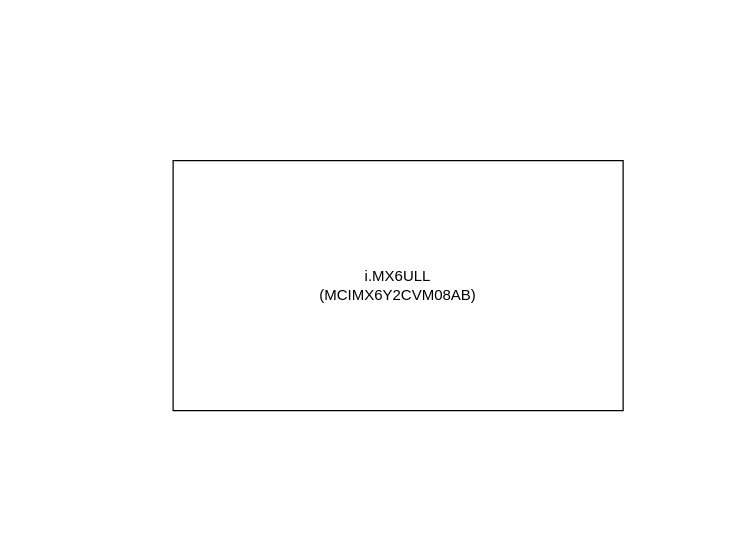
Earlier version of the draw.io diagram IMX6ULL.drawio (anhvanthe/01_my_drawio). Source tidied: cells renumbered, new cells numbered last; positions are measured from the earlier drawing's top-left corner, leaving out a move shared by most shapes. Both pictures are drawn from the tidied source at 125%, with x=0, y=0 at pixel (172, 160).
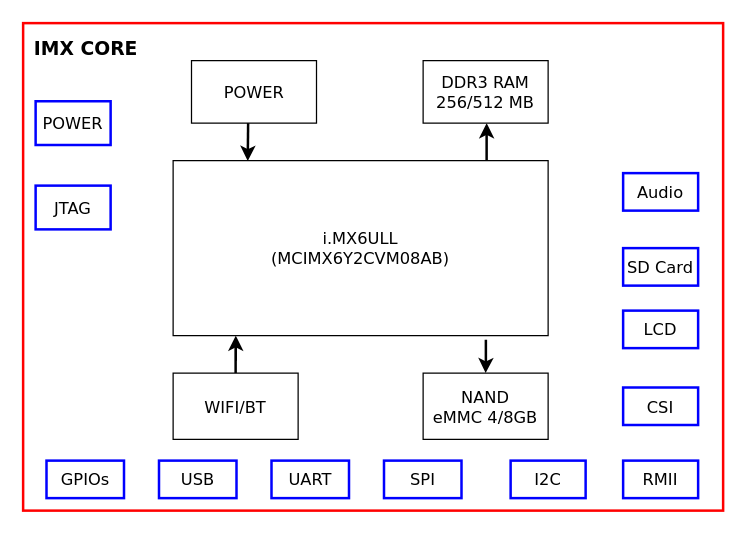
Above is the later version.

Diff of the diagram source:
```diff
@@
+    <mxCell id="3" style="rounded=0;whiteSpace=wrap;html=1;gradientColor=none;fillColor=none;strokeWidth=2;strokeColor=#FF0000;fontFamily=Verdana;fontSize=13;" parent="1" vertex="1">
+      <mxGeometry x="-120" y="-110" width="560" height="390" as="geometry" />
+    </mxCell>
-    <mxCell id="2" value="i.MX6ULL&lt;br&gt;(MCIMX6Y2CVM08AB)" style="rounded=0;whiteSpace=wrap;html=1;" parent="1" vertex="1">
-      <mxGeometry width="360" height="200" as="geometry" />
+    <mxCell id="2" value="i.MX6ULL&lt;br style=&quot;font-size: 13px;&quot;&gt;(MCIMX6Y2CVM08AB)" style="rounded=0;whiteSpace=wrap;html=1;fontFamily=Verdana;fontSize=13;" parent="1" vertex="1">
+      <mxGeometry width="300" height="140" as="geometry" />
     </mxCell>
+    <mxCell id="4" value="POWER" style="rounded=0;whiteSpace=wrap;html=1;fontFamily=Verdana;fontSize=13;" parent="1" vertex="1">
+      <mxGeometry x="14.7" y="-80" width="100" height="50" as="geometry" />
+    </mxCell>
+    <mxCell id="5" style="edgeStyle=orthogonalEdgeStyle;rounded=0;jettySize=auto;html=1;strokeWidth=2;exitX=0.836;exitY=-0.001;exitDx=0;exitDy=0;exitPerimeter=0;fontFamily=Verdana;fontSize=13;" parent="1" edge="1" source="2" target="6">
+      <mxGeometry relative="1" as="geometry">
+        <Array as="points">
+          <mxPoint x="250" y="-10" />
+        </Array>
+      </mxGeometry>
+    </mxCell>
+    <mxCell id="6" value="DDR3 RAM&lt;br style=&quot;font-size: 13px;&quot;&gt;256/512 MB" style="rounded=0;whiteSpace=wrap;html=1;fontFamily=Verdana;fontSize=13;" parent="1" vertex="1">
+      <mxGeometry x="200" y="-80" width="100" height="50" as="geometry" />
+    </mxCell>
+    <mxCell id="7" style="edgeStyle=orthogonalEdgeStyle;rounded=0;jettySize=auto;html=1;strokeWidth=2;exitX=0.834;exitY=1.023;exitDx=0;exitDy=0;exitPerimeter=0;fontFamily=Verdana;fontSize=13;" parent="1" edge="1" source="2" target="8">
+      <mxGeometry relative="1" as="geometry" />
+    </mxCell>
+    <mxCell id="8" value="NAND&lt;br style=&quot;font-size: 13px;&quot;&gt;eMMC 4/8GB" style="rounded=0;whiteSpace=wrap;html=1;fontFamily=Verdana;fontSize=13;" parent="1" vertex="1">
+      <mxGeometry x="200" y="170" width="100" height="53" as="geometry" />
+    </mxCell>
+    <mxCell id="9" style="edgeStyle=orthogonalEdgeStyle;rounded=0;jettySize=auto;html=1;entryX=0.167;entryY=1;entryDx=0;entryDy=0;entryPerimeter=0;strokeWidth=2;fontFamily=Verdana;fontSize=13;" parent="1" edge="1" source="10" target="2">
+      <mxGeometry relative="1" as="geometry" />
+    </mxCell>
+    <mxCell id="10" value="WIFI/BT" style="rounded=0;whiteSpace=wrap;html=1;fontFamily=Verdana;fontSize=13;" parent="1" vertex="1">
+      <mxGeometry y="170" width="100" height="53" as="geometry" />
+    </mxCell>
+    <mxCell id="11" style="endArrow=classic;html=1;strokeWidth=2;exitX=0.199;exitY=0.002;exitDx=0;exitDy=0;exitPerimeter=0;entryX=0.199;entryY=0.002;entryDx=0;entryDy=0;entryPerimeter=0;fontFamily=Verdana;fontSize=13;" parent="1" edge="1" target="2">
+      <mxGeometry relative="1" as="geometry">
+        <mxPoint x="60" y="-30" as="sourcePoint" />
+      </mxGeometry>
+    </mxCell>
+    <mxCell id="12" value="&lt;font size=&quot;1&quot;&gt;&lt;b style=&quot;font-size: 15px&quot;&gt;IMX CORE&lt;/b&gt;&lt;/font&gt;" style="text;html=1;align=center;verticalAlign=middle;fontFamily=Verdana;fontSize=13;" parent="1" vertex="1">
+      <mxGeometry x="-120" y="-100" width="100" height="20" as="geometry" />
+    </mxCell>
+    <mxCell id="13" value="GPIOs" style="rounded=0;whiteSpace=wrap;html=1;strokeColor=#0000FF;strokeWidth=2;fillColor=none;gradientColor=none;fontFamily=Verdana;fontSize=13;" parent="1" vertex="1">
+      <mxGeometry x="-101.3" y="240" width="62" height="30" as="geometry" />
+    </mxCell>
+    <mxCell id="14" value="USB" style="rounded=0;whiteSpace=wrap;html=1;strokeColor=#0000FF;strokeWidth=2;fillColor=none;gradientColor=none;fontFamily=Verdana;fontSize=13;" parent="1" vertex="1">
+      <mxGeometry x="-11.3" y="240" width="62" height="30" as="geometry" />
+    </mxCell>
+    <mxCell id="15" value="UART" style="rounded=0;whiteSpace=wrap;html=1;strokeColor=#0000FF;strokeWidth=2;fillColor=none;gradientColor=none;fontFamily=Verdana;fontSize=13;" parent="1" vertex="1">
+      <mxGeometry x="78.7" y="240" width="62" height="30" as="geometry" />
+    </mxCell>
+    <mxCell id="16" value="SPI" style="rounded=0;whiteSpace=wrap;html=1;strokeColor=#0000FF;strokeWidth=2;fillColor=none;gradientColor=none;fontFamily=Verdana;fontSize=13;" parent="1" vertex="1">
+      <mxGeometry x="168.7" y="240" width="62" height="30" as="geometry" />
+    </mxCell>
+    <mxCell id="17" value="I2C" style="rounded=0;whiteSpace=wrap;html=1;strokeColor=#0000FF;strokeWidth=2;fillColor=none;gradientColor=none;fontFamily=Verdana;fontSize=13;" parent="1" vertex="1">
+      <mxGeometry x="270" y="240" width="60" height="30" as="geometry" />
+    </mxCell>
+    <mxCell id="18" value="RMII" style="rounded=0;whiteSpace=wrap;html=1;strokeColor=#0000FF;strokeWidth=2;fillColor=none;gradientColor=none;fontFamily=Verdana;fontSize=13;" parent="1" vertex="1">
+      <mxGeometry x="360" y="240" width="60" height="30" as="geometry" />
+    </mxCell>
+    <mxCell id="19" value="POWER" style="rounded=0;whiteSpace=wrap;html=1;strokeColor=#0000FF;strokeWidth=2;fillColor=none;gradientColor=none;fontFamily=Verdana;fontSize=13;direction=north;" parent="1" vertex="1">
+      <mxGeometry x="-110" y="-47.5" width="60" height="35" as="geometry" />
+    </mxCell>
+    <mxCell id="20" value="CSI" style="rounded=0;whiteSpace=wrap;html=1;strokeColor=#0000FF;strokeWidth=2;fillColor=none;gradientColor=none;fontFamily=Verdana;fontSize=13;" parent="1" vertex="1">
+      <mxGeometry x="360" y="181.5" width="60" height="30" as="geometry" />
+    </mxCell>
+    <mxCell id="21" value="LCD" style="rounded=0;whiteSpace=wrap;html=1;strokeColor=#0000FF;strokeWidth=2;fillColor=none;gradientColor=none;fontFamily=Verdana;fontSize=13;" parent="1" vertex="1">
+      <mxGeometry x="360" y="120" width="60" height="30" as="geometry" />
+    </mxCell>
+    <mxCell id="22" value="SD Card" style="rounded=0;whiteSpace=wrap;html=1;strokeColor=#0000FF;strokeWidth=2;fillColor=none;gradientColor=none;fontFamily=Verdana;fontSize=13;" parent="1" vertex="1">
+      <mxGeometry x="360" y="70" width="60" height="30" as="geometry" />
+    </mxCell>
+    <mxCell id="23" value="Audio" style="rounded=0;whiteSpace=wrap;html=1;strokeColor=#0000FF;strokeWidth=2;fillColor=none;gradientColor=none;fontFamily=Verdana;fontSize=13;" parent="1" vertex="1">
+      <mxGeometry x="360" y="10" width="60" height="30" as="geometry" />
+    </mxCell>
+    <mxCell id="24" value="JTAG" style="rounded=0;whiteSpace=wrap;html=1;strokeColor=#0000FF;strokeWidth=2;fillColor=none;gradientColor=none;fontFamily=Verdana;fontSize=13;direction=north;" parent="1" vertex="1">
+      <mxGeometry x="-110" y="20" width="60" height="35" as="geometry" />
+    </mxCell>
```
